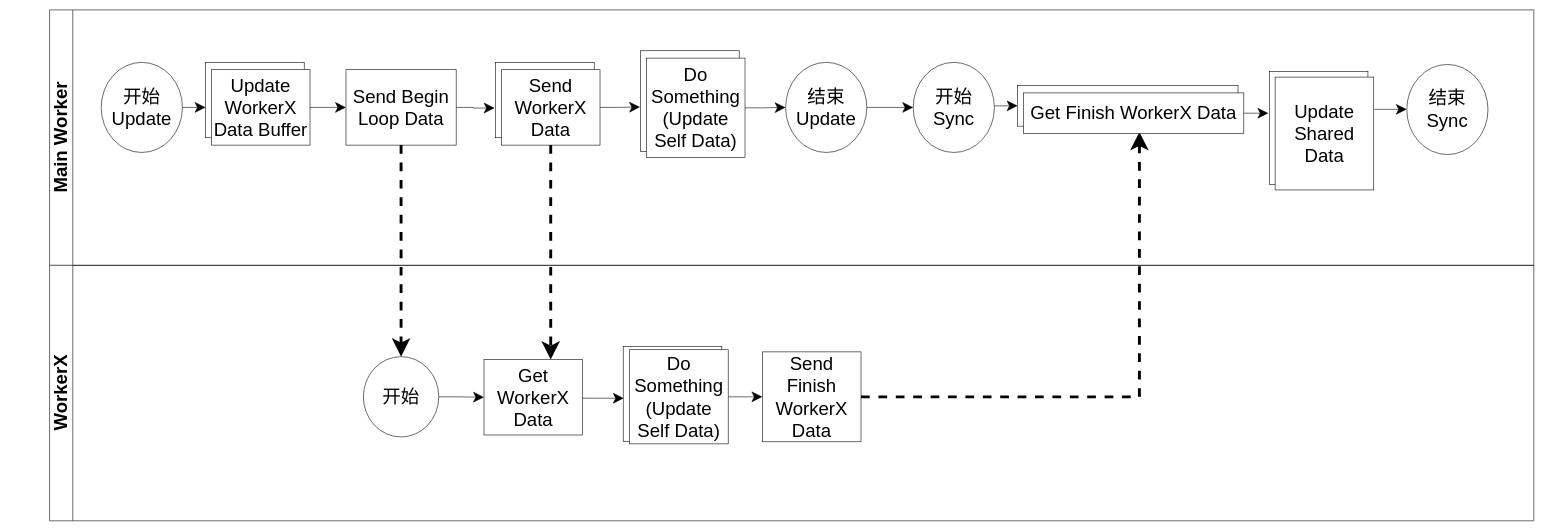
Above: packages/多线程模式/role_abstract/主循环（一帧）流程图.drawio in yyc-git/3DProgramPattern (draw.io), before the change. Source tidied: cells renumbered, new cells numbered last; positions are measured from the earlier drawing's top-left corner, leaving out a move shared by most shapes. Both pictures are drawn from the tidied source at 58%, with x=0, y=0 at pixel (14, 10).
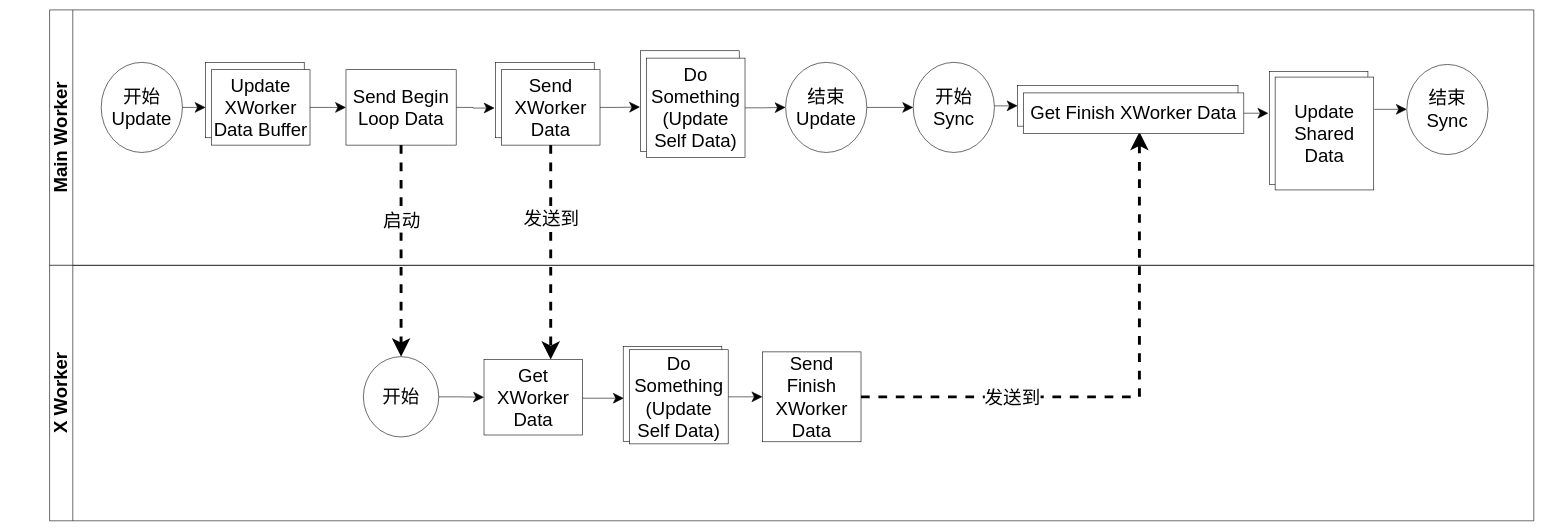
After the change.

Unchanged cells that the change refers to:
```xml
<mxCell id="10" style="edgeStyle=orthogonalEdgeStyle;rounded=0;jettySize=auto;html=1;startSize=16;endSize=16;dashed=1;strokeWidth=5;" parent="1" edge="1" source="11" target="22">
  <mxGeometry relative="1" as="geometry" />
</mxCell>
<mxCell id="13" style="edgeStyle=orthogonalEdgeStyle;rounded=0;jettySize=auto;html=1;startSize=16;endSize=16;strokeWidth=5;dashed=1;" parent="1" edge="1" source="30" target="24">
  <mxGeometry relative="1" as="geometry">
    <Array as="points">
      <mxPoint x="925" y="440" />
      <mxPoint x="925" y="440" />
    </Array>
  </mxGeometry>
</mxCell>
<mxCell id="26" style="edgeStyle=orthogonalEdgeStyle;rounded=0;jettySize=auto;html=1;dashed=1;startSize=16;endSize=16;strokeWidth=5;" parent="1" edge="1" source="25">
  <mxGeometry relative="1" as="geometry">
    <mxPoint x="1940" y="210" as="targetPoint" />
    <Array as="points">
      <mxPoint x="1940" y="571" />
      <mxPoint x="1940" y="213" />
    </Array>
  </mxGeometry>
</mxCell>
<mxCell id="32" style="group;" parent="1" vertex="1">
  <mxGeometry x="1730" y="130" width="390" height="82.7" as="geometry" />
</mxCell>
```

What changed in the source:
```diff
@@
-    <mxCell id="7" value="&lt;font style=&quot;font-size: 32px&quot;&gt;WorkerX&lt;/font&gt;" style="swimlane;html=1;horizontal=0;startSize=40;fontSize=22;" parent="1" vertex="1">
+    <mxCell id="7" value="&lt;font style=&quot;font-size: 32px&quot;&gt;X Worker&lt;/font&gt;" style="swimlane;html=1;horizontal=0;startSize=40;fontSize=22;" parent="1" vertex="1">
       <mxGeometry x="61" y="440" width="2559" height="440.4" as="geometry" />
     </mxCell>
@@
+    <mxCell id="44" value="&lt;font style=&quot;font-size: 32px&quot;&gt;启动&lt;/font&gt;" style="edgeLabel;html=1;align=center;verticalAlign=middle;" parent="10" vertex="1">
+      <mxGeometry x="-0.28" relative="1" as="geometry" />
+    </mxCell>
@@
+    <mxCell id="45" value="&lt;font style=&quot;font-size: 32px&quot;&gt;发送到&lt;/font&gt;" style="edgeLabel;html=1;align=center;verticalAlign=middle;" parent="13" vertex="1">
+      <mxGeometry x="-0.46" relative="1" as="geometry">
+        <mxPoint y="27" as="offset" />
+      </mxGeometry>
+    </mxCell>
@@
-    <mxCell id="24" value="Get WorkerX Data" style="whiteSpace=wrap;html=1;fontSize=32;" parent="1" vertex="1">
+    <mxCell id="24" value="Get XWorker Data" style="whiteSpace=wrap;html=1;fontSize=32;" parent="1" vertex="1">
       <mxGeometry x="810" y="602.5" width="170" height="130" as="geometry" />
     </mxCell>
-    <mxCell id="25" value="Send Finish WorkerX Data" style="whiteSpace=wrap;html=1;fontSize=32;" parent="1" vertex="1">
+    <mxCell id="25" value="Send Finish XWorker Data" style="whiteSpace=wrap;html=1;fontSize=32;" parent="1" vertex="1">
       <mxGeometry x="1290" y="589.2" width="170" height="155" as="geometry" />
     </mxCell>
@@
+    <mxCell id="46" value="&lt;font style=&quot;font-size: 32px&quot;&gt;发送到&lt;/font&gt;" style="edgeLabel;html=1;align=center;verticalAlign=middle;" parent="26" vertex="1">
+      <mxGeometry x="0.68" y="1" relative="1" as="geometry">
+        <mxPoint x="-219" y="309" as="offset" />
+      </mxGeometry>
+    </mxCell>
@@
-    <mxCell id="28" value="Update WorkerX Data Buffer" style="whiteSpace=wrap;html=1;fontSize=32;" parent="1" vertex="1">
+    <mxCell id="28" value="Update XWorker Data Buffer" style="whiteSpace=wrap;html=1;fontSize=32;" parent="1" vertex="1">
       <mxGeometry x="340" y="102.7" width="170" height="130" as="geometry" />
     </mxCell>
@@
-    <mxCell id="30" value="Send WorkerX Data" style="whiteSpace=wrap;html=1;fontSize=32;" parent="1" vertex="1">
+    <mxCell id="30" value="Send XWorker Data" style="whiteSpace=wrap;html=1;fontSize=32;" parent="1" vertex="1">
       <mxGeometry x="840" y="102.7" width="170" height="130" as="geometry" />
     </mxCell>
@@
-    <mxCell id="34" value="Get Finish WorkerX Data" style="whiteSpace=wrap;html=1;fontSize=32;" parent="32" vertex="1">
+    <mxCell id="34" value="Get Finish XWorker Data" style="whiteSpace=wrap;html=1;fontSize=32;" parent="32" vertex="1">
       <mxGeometry x="10" y="12.7" width="380" height="70" as="geometry" />
     </mxCell>
```
